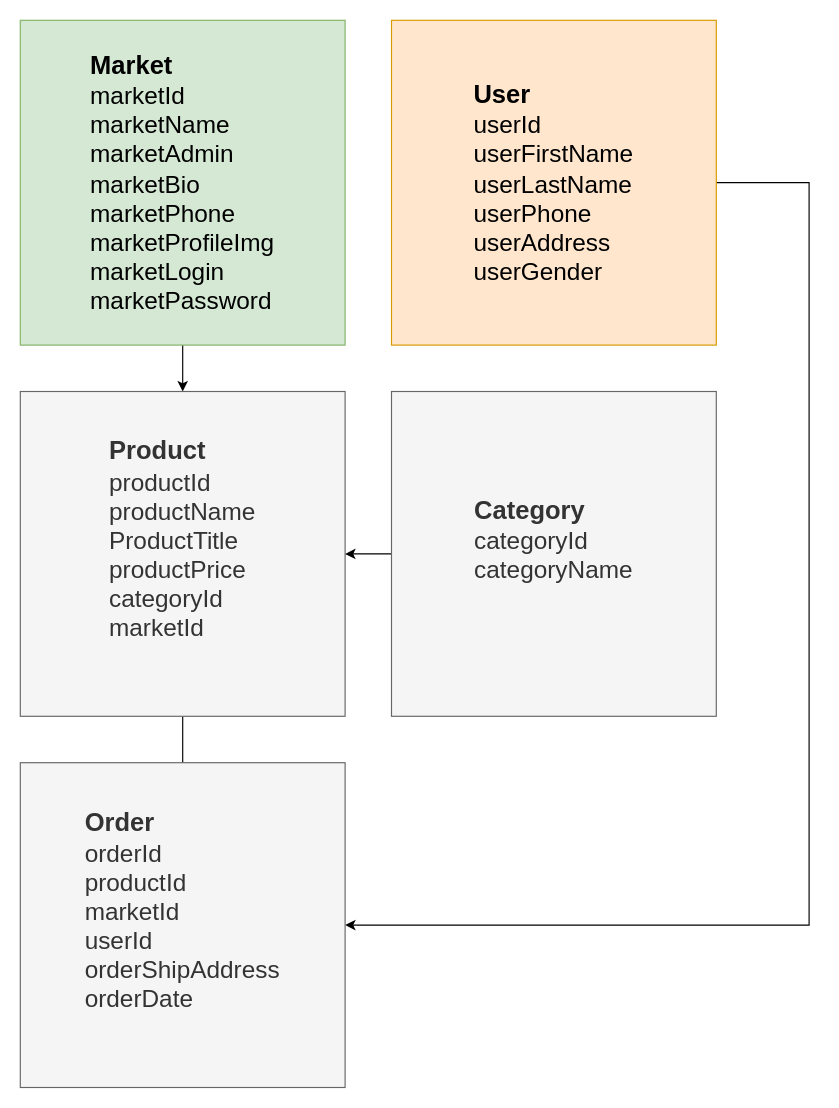
asror797/draw.io keeps this draw.io diagram as page "Page-1" (1 of 2) of Untitled Diagram.drawio. Above is the earlier version. Source tidied: cells renumbered, new cells numbered last; positions are measured from the earlier drawing's top-left corner, leaving out a move shared by most shapes. Both pictures are drawn from the tidied source at 116%, with x=0, y=0 at pixel (20, 20).
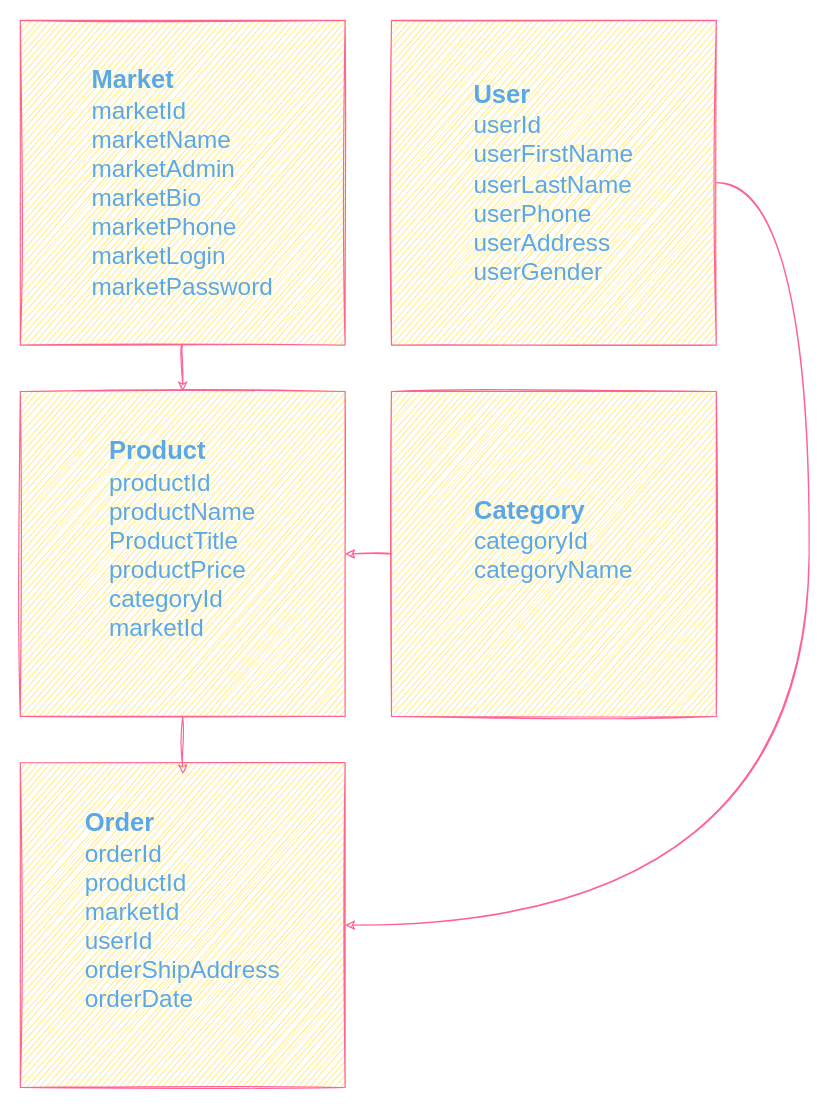
The same diagram, later.

Diff of the diagram source:
```diff
@@
 <mxGraphModel>
   <root>
     <mxCell id="0" />
     <mxCell id="1" parent="0" />
-    <mxCell id="2" style="edgeStyle=orthogonalEdgeStyle;rounded=0;jettySize=auto;html=1;exitX=0.5;exitY=1;exitDx=0;exitDy=0;entryX=0.5;entryY=0;entryDx=0;entryDy=0;fontSize=21;" parent="1" edge="1" source="3" target="7">
+    <mxCell id="2" style="edgeStyle=orthogonalEdgeStyle;rounded=0;jettySize=auto;html=1;exitX=0.5;exitY=1;exitDx=0;exitDy=0;entryX=0.5;entryY=0;entryDx=0;entryDy=0;fontSize=21;curved=1;sketch=1;strokeColor=#FF6392;fontColor=#5AA9E6;" parent="1" edge="1" source="3" target="7">
       <mxGeometry relative="1" as="geometry" />
     </mxCell>
-    <mxCell id="3" value="&lt;div style=&quot;text-align: justify;&quot;&gt;&lt;span style=&quot;background-color: initial;&quot;&gt;&lt;b&gt;Market&lt;/b&gt;&lt;/span&gt;&lt;/div&gt;&lt;div style=&quot;text-align: justify; font-size: 21px;&quot;&gt;&lt;span style=&quot;background-color: initial;&quot;&gt;&lt;font style=&quot;font-size: 21px;&quot;&gt;marketId&lt;/font&gt;&lt;/span&gt;&lt;/div&gt;&lt;div style=&quot;text-align: justify; font-size: 21px;&quot;&gt;&lt;span style=&quot;background-color: initial;&quot;&gt;&lt;font style=&quot;font-size: 21px;&quot;&gt;marketName&lt;/font&gt;&lt;/span&gt;&lt;/div&gt;&lt;div style=&quot;text-align: justify; font-size: 21px;&quot;&gt;&lt;span style=&quot;background-color: initial;&quot;&gt;&lt;font style=&quot;font-size: 21px;&quot;&gt;marketAdmin&lt;/font&gt;&lt;/span&gt;&lt;/div&gt;&lt;div style=&quot;text-align: justify; font-size: 21px;&quot;&gt;&lt;span style=&quot;background-color: initial;&quot;&gt;&lt;font style=&quot;font-size: 21px;&quot;&gt;marketBio&lt;/font&gt;&lt;/span&gt;&lt;/div&gt;&lt;div style=&quot;text-align: justify; font-size: 21px;&quot;&gt;&lt;span style=&quot;background-color: initial;&quot;&gt;&lt;font style=&quot;font-size: 21px;&quot;&gt;marketPhone&lt;/font&gt;&lt;/span&gt;&lt;/div&gt;&lt;div style=&quot;text-align: justify; font-size: 21px;&quot;&gt;&lt;span style=&quot;background-color: initial;&quot;&gt;&lt;font style=&quot;font-size: 21px;&quot;&gt;marketProfileImg&lt;/font&gt;&lt;/span&gt;&lt;/div&gt;&lt;div style=&quot;text-align: justify; font-size: 21px;&quot;&gt;&lt;span style=&quot;background-color: initial;&quot;&gt;&lt;font style=&quot;font-size: 21px;&quot;&gt;marketLogin&lt;/font&gt;&lt;/span&gt;&lt;/div&gt;&lt;div style=&quot;text-align: justify; font-size: 21px;&quot;&gt;&lt;span style=&quot;background-color: initial;&quot;&gt;&lt;font style=&quot;font-size: 21px;&quot;&gt;marketPassword&lt;/font&gt;&lt;/span&gt;&lt;/div&gt;&lt;div style=&quot;text-align: justify;&quot;&gt;&lt;/div&gt;" style="text;html=1;strokeColor=#82b366;fillColor=#d5e8d4;align=center;verticalAlign=middle;whiteSpace=wrap;rounded=0;fontSize=22;" parent="1" vertex="1">
+    <mxCell id="3" value="&lt;div style=&quot;text-align: justify;&quot;&gt;&lt;span style=&quot;background-color: initial;&quot;&gt;&lt;b&gt;Market&lt;/b&gt;&lt;/span&gt;&lt;/div&gt;&lt;div style=&quot;text-align: justify; font-size: 21px;&quot;&gt;&lt;span style=&quot;background-color: initial;&quot;&gt;&lt;font style=&quot;font-size: 21px;&quot;&gt;marketId&lt;/font&gt;&lt;/span&gt;&lt;/div&gt;&lt;div style=&quot;text-align: justify; font-size: 21px;&quot;&gt;&lt;span style=&quot;background-color: initial;&quot;&gt;&lt;font style=&quot;font-size: 21px;&quot;&gt;marketName&lt;/font&gt;&lt;/span&gt;&lt;/div&gt;&lt;div style=&quot;text-align: justify; font-size: 21px;&quot;&gt;&lt;span style=&quot;background-color: initial;&quot;&gt;&lt;font style=&quot;font-size: 21px;&quot;&gt;marketAdmin&lt;/font&gt;&lt;/span&gt;&lt;/div&gt;&lt;div style=&quot;text-align: justify; font-size: 21px;&quot;&gt;&lt;span style=&quot;background-color: initial;&quot;&gt;&lt;font style=&quot;font-size: 21px;&quot;&gt;marketBio&lt;/font&gt;&lt;/span&gt;&lt;/div&gt;&lt;div style=&quot;text-align: justify; font-size: 21px;&quot;&gt;&lt;span style=&quot;background-color: initial;&quot;&gt;&lt;font style=&quot;font-size: 21px;&quot;&gt;marketPhone&lt;/font&gt;&lt;/span&gt;&lt;/div&gt;&lt;div style=&quot;text-align: justify; font-size: 21px;&quot;&gt;&lt;span style=&quot;background-color: initial;&quot;&gt;&lt;font style=&quot;font-size: 21px;&quot;&gt;marketLogin&lt;/font&gt;&lt;/span&gt;&lt;/div&gt;&lt;div style=&quot;text-align: justify; font-size: 21px;&quot;&gt;&lt;span style=&quot;background-color: initial;&quot;&gt;&lt;font style=&quot;font-size: 21px;&quot;&gt;marketPassword&lt;/font&gt;&lt;/span&gt;&lt;/div&gt;&lt;div style=&quot;text-align: justify;&quot;&gt;&lt;/div&gt;" style="text;html=1;strokeColor=#FF6392;fillColor=#FFE45E;align=center;verticalAlign=middle;whiteSpace=wrap;rounded=0;fontSize=22;sketch=1;fontColor=#5AA9E6;" parent="1" vertex="1">
       <mxGeometry width="280" height="280" as="geometry" />
     </mxCell>
-    <mxCell id="4" style="edgeStyle=orthogonalEdgeStyle;rounded=0;jettySize=auto;html=1;fontSize=21;entryX=1;entryY=0.5;entryDx=0;entryDy=0;" parent="1" edge="1" source="5" target="10">
+    <mxCell id="4" style="edgeStyle=orthogonalEdgeStyle;rounded=0;jettySize=auto;html=1;fontSize=21;entryX=1;entryY=0.5;entryDx=0;entryDy=0;curved=1;sketch=1;strokeColor=#FF6392;fontColor=#5AA9E6;" parent="1" edge="1" source="5" target="10">
       <mxGeometry relative="1" as="geometry">
         <Array as="points">
           <mxPoint x="680" y="140" />
           <mxPoint x="680" y="780" />
         </Array>
       </mxGeometry>
     </mxCell>
-    <mxCell id="5" value="&lt;div style=&quot;text-align: justify;&quot;&gt;&lt;b&gt;User&lt;/b&gt;&lt;/div&gt;&lt;div style=&quot;text-align: justify; font-size: 21px;&quot;&gt;userId&lt;/div&gt;&lt;div style=&quot;text-align: justify; font-size: 21px;&quot;&gt;userFirstName&lt;/div&gt;&lt;div style=&quot;text-align: justify; font-size: 21px;&quot;&gt;userLastName&lt;/div&gt;&lt;div style=&quot;text-align: justify; font-size: 21px;&quot;&gt;userPhone&lt;/div&gt;&lt;div style=&quot;text-align: justify; font-size: 21px;&quot;&gt;userAddress&lt;/div&gt;&lt;div style=&quot;text-align: justify; font-size: 21px;&quot;&gt;userGender&lt;/div&gt;&lt;div style=&quot;text-align: justify;&quot;&gt;&lt;/div&gt;" style="text;html=1;strokeColor=#d79b00;fillColor=#ffe6cc;align=center;verticalAlign=middle;whiteSpace=wrap;rounded=0;fontSize=22;" parent="1" vertex="1">
+    <mxCell id="5" value="&lt;div style=&quot;text-align: justify;&quot;&gt;&lt;b&gt;User&lt;/b&gt;&lt;/div&gt;&lt;div style=&quot;text-align: justify; font-size: 21px;&quot;&gt;userId&lt;/div&gt;&lt;div style=&quot;text-align: justify; font-size: 21px;&quot;&gt;userFirstName&lt;/div&gt;&lt;div style=&quot;text-align: justify; font-size: 21px;&quot;&gt;userLastName&lt;/div&gt;&lt;div style=&quot;text-align: justify; font-size: 21px;&quot;&gt;userPhone&lt;/div&gt;&lt;div style=&quot;text-align: justify; font-size: 21px;&quot;&gt;userAddress&lt;/div&gt;&lt;div style=&quot;text-align: justify; font-size: 21px;&quot;&gt;userGender&lt;/div&gt;&lt;div style=&quot;text-align: justify;&quot;&gt;&lt;/div&gt;" style="text;html=1;strokeColor=#FF6392;fillColor=#FFE45E;align=center;verticalAlign=middle;whiteSpace=wrap;rounded=0;fontSize=22;sketch=1;fontColor=#5AA9E6;" parent="1" vertex="1">
       <mxGeometry x="320" width="280" height="280" as="geometry" />
     </mxCell>
-    <mxCell id="6" style="edgeStyle=orthogonalEdgeStyle;rounded=0;jettySize=auto;html=1;fontSize=21;" parent="1" edge="1" source="7">
+    <mxCell id="6" style="edgeStyle=orthogonalEdgeStyle;rounded=0;jettySize=auto;html=1;fontSize=21;curved=1;sketch=1;strokeColor=#FF6392;fontColor=#5AA9E6;" parent="1" edge="1" source="7">
       <mxGeometry relative="1" as="geometry">
         <mxPoint x="140" y="650" as="targetPoint" />
       </mxGeometry>
     </mxCell>
-    <mxCell id="7" value="&lt;div style=&quot;text-align: justify;&quot;&gt;&lt;b&gt;Product&lt;/b&gt;&lt;/div&gt;&lt;div style=&quot;text-align: justify; font-size: 21px;&quot;&gt;productId&lt;/div&gt;&lt;div style=&quot;text-align: justify; font-size: 21px;&quot;&gt;productName&lt;/div&gt;&lt;div style=&quot;text-align: justify; font-size: 21px;&quot;&gt;ProductTitle&lt;/div&gt;&lt;div style=&quot;text-align: justify; font-size: 21px;&quot;&gt;productPrice&lt;/div&gt;&lt;div style=&quot;text-align: justify; font-size: 21px;&quot;&gt;categoryId&lt;/div&gt;&lt;div style=&quot;text-align: justify; font-size: 21px;&quot;&gt;marketId&lt;/div&gt;&lt;div style=&quot;text-align: justify; font-size: 21px;&quot;&gt;&lt;br&gt;&lt;/div&gt;&lt;div style=&quot;text-align: justify;&quot;&gt;&lt;/div&gt;" style="text;html=1;align=center;verticalAlign=middle;whiteSpace=wrap;rounded=0;fontSize=22;fillColor=#f5f5f5;fontColor=#333333;strokeColor=#666666;" parent="1" vertex="1">
+    <mxCell id="7" value="&lt;div style=&quot;text-align: justify;&quot;&gt;&lt;b&gt;Product&lt;/b&gt;&lt;/div&gt;&lt;div style=&quot;text-align: justify; font-size: 21px;&quot;&gt;productId&lt;/div&gt;&lt;div style=&quot;text-align: justify; font-size: 21px;&quot;&gt;productName&lt;/div&gt;&lt;div style=&quot;text-align: justify; font-size: 21px;&quot;&gt;ProductTitle&lt;/div&gt;&lt;div style=&quot;text-align: justify; font-size: 21px;&quot;&gt;productPrice&lt;/div&gt;&lt;div style=&quot;text-align: justify; font-size: 21px;&quot;&gt;categoryId&lt;/div&gt;&lt;div style=&quot;text-align: justify; font-size: 21px;&quot;&gt;marketId&lt;/div&gt;&lt;div style=&quot;text-align: justify; font-size: 21px;&quot;&gt;&lt;br&gt;&lt;/div&gt;&lt;div style=&quot;text-align: justify;&quot;&gt;&lt;/div&gt;" style="text;html=1;align=center;verticalAlign=middle;whiteSpace=wrap;rounded=0;fontSize=22;fillColor=#FFE45E;fontColor=#5AA9E6;strokeColor=#FF6392;sketch=1;" parent="1" vertex="1">
       <mxGeometry y="320" width="280" height="280" as="geometry" />
     </mxCell>
-    <mxCell id="8" style="edgeStyle=orthogonalEdgeStyle;rounded=0;jettySize=auto;html=1;entryX=1;entryY=0.5;entryDx=0;entryDy=0;fontSize=21;" parent="1" edge="1" source="9" target="7">
+    <mxCell id="8" style="edgeStyle=orthogonalEdgeStyle;rounded=0;jettySize=auto;html=1;entryX=1;entryY=0.5;entryDx=0;entryDy=0;fontSize=21;curved=1;sketch=1;strokeColor=#FF6392;fontColor=#5AA9E6;" parent="1" edge="1" source="9" target="7">
       <mxGeometry relative="1" as="geometry" />
     </mxCell>
-    <mxCell id="9" value="&lt;div style=&quot;text-align: justify;&quot;&gt;&lt;b&gt;Category&lt;/b&gt;&lt;/div&gt;&lt;div style=&quot;text-align: justify; font-size: 21px;&quot;&gt;categoryId&lt;/div&gt;&lt;div style=&quot;text-align: justify; font-size: 21px;&quot;&gt;categoryName&lt;/div&gt;&lt;div style=&quot;text-align: justify; font-size: 21px;&quot;&gt;&lt;br&gt;&lt;/div&gt;&lt;div style=&quot;text-align: justify;&quot;&gt;&lt;/div&gt;" style="text;html=1;align=center;verticalAlign=middle;whiteSpace=wrap;rounded=0;fontSize=22;fillColor=#f5f5f5;fontColor=#333333;strokeColor=#666666;" parent="1" vertex="1">
+    <mxCell id="9" value="&lt;div style=&quot;text-align: justify;&quot;&gt;&lt;b&gt;Category&lt;/b&gt;&lt;/div&gt;&lt;div style=&quot;text-align: justify; font-size: 21px;&quot;&gt;categoryId&lt;/div&gt;&lt;div style=&quot;text-align: justify; font-size: 21px;&quot;&gt;categoryName&lt;/div&gt;&lt;div style=&quot;text-align: justify; font-size: 21px;&quot;&gt;&lt;br&gt;&lt;/div&gt;&lt;div style=&quot;text-align: justify;&quot;&gt;&lt;/div&gt;" style="text;html=1;align=center;verticalAlign=middle;whiteSpace=wrap;rounded=0;fontSize=22;fillColor=#FFE45E;fontColor=#5AA9E6;strokeColor=#FF6392;sketch=1;" parent="1" vertex="1">
       <mxGeometry x="320" y="320" width="280" height="280" as="geometry" />
     </mxCell>
-    <mxCell id="10" value="&lt;div style=&quot;text-align: justify;&quot;&gt;&lt;b&gt;Order&lt;/b&gt;&lt;/div&gt;&lt;div style=&quot;text-align: justify; font-size: 21px;&quot;&gt;orderId&lt;/div&gt;&lt;div style=&quot;text-align: justify; font-size: 21px;&quot;&gt;productId&lt;/div&gt;&lt;div style=&quot;text-align: justify; font-size: 21px;&quot;&gt;marketId&lt;/div&gt;&lt;div style=&quot;text-align: justify; font-size: 21px;&quot;&gt;userId&lt;/div&gt;&lt;div style=&quot;text-align: justify; font-size: 21px;&quot;&gt;orderShipAddress&lt;/div&gt;&lt;div style=&quot;text-align: justify; font-size: 21px;&quot;&gt;orderDate&lt;/div&gt;&lt;div style=&quot;text-align: justify; font-size: 21px;&quot;&gt;&lt;br&gt;&lt;/div&gt;&lt;div style=&quot;text-align: justify;&quot;&gt;&lt;/div&gt;" style="text;html=1;align=center;verticalAlign=middle;whiteSpace=wrap;rounded=0;fontSize=22;fillColor=#f5f5f5;fontColor=#333333;strokeColor=#666666;" parent="1" vertex="1">
+    <mxCell id="10" value="&lt;div style=&quot;text-align: justify;&quot;&gt;&lt;b&gt;Order&lt;/b&gt;&lt;/div&gt;&lt;div style=&quot;text-align: justify; font-size: 21px;&quot;&gt;orderId&lt;/div&gt;&lt;div style=&quot;text-align: justify; font-size: 21px;&quot;&gt;productId&lt;/div&gt;&lt;div style=&quot;text-align: justify; font-size: 21px;&quot;&gt;marketId&lt;/div&gt;&lt;div style=&quot;text-align: justify; font-size: 21px;&quot;&gt;userId&lt;/div&gt;&lt;div style=&quot;text-align: justify; font-size: 21px;&quot;&gt;orderShipAddress&lt;/div&gt;&lt;div style=&quot;text-align: justify; font-size: 21px;&quot;&gt;orderDate&lt;/div&gt;&lt;div style=&quot;text-align: justify; font-size: 21px;&quot;&gt;&lt;br&gt;&lt;/div&gt;&lt;div style=&quot;text-align: justify;&quot;&gt;&lt;/div&gt;" style="text;html=1;align=center;verticalAlign=middle;whiteSpace=wrap;rounded=0;fontSize=22;fillColor=#FFE45E;fontColor=#5AA9E6;strokeColor=#FF6392;sketch=1;" parent="1" vertex="1">
       <mxGeometry y="640" width="280" height="280" as="geometry" />
     </mxCell>
   </root>
 </mxGraphModel>
```
